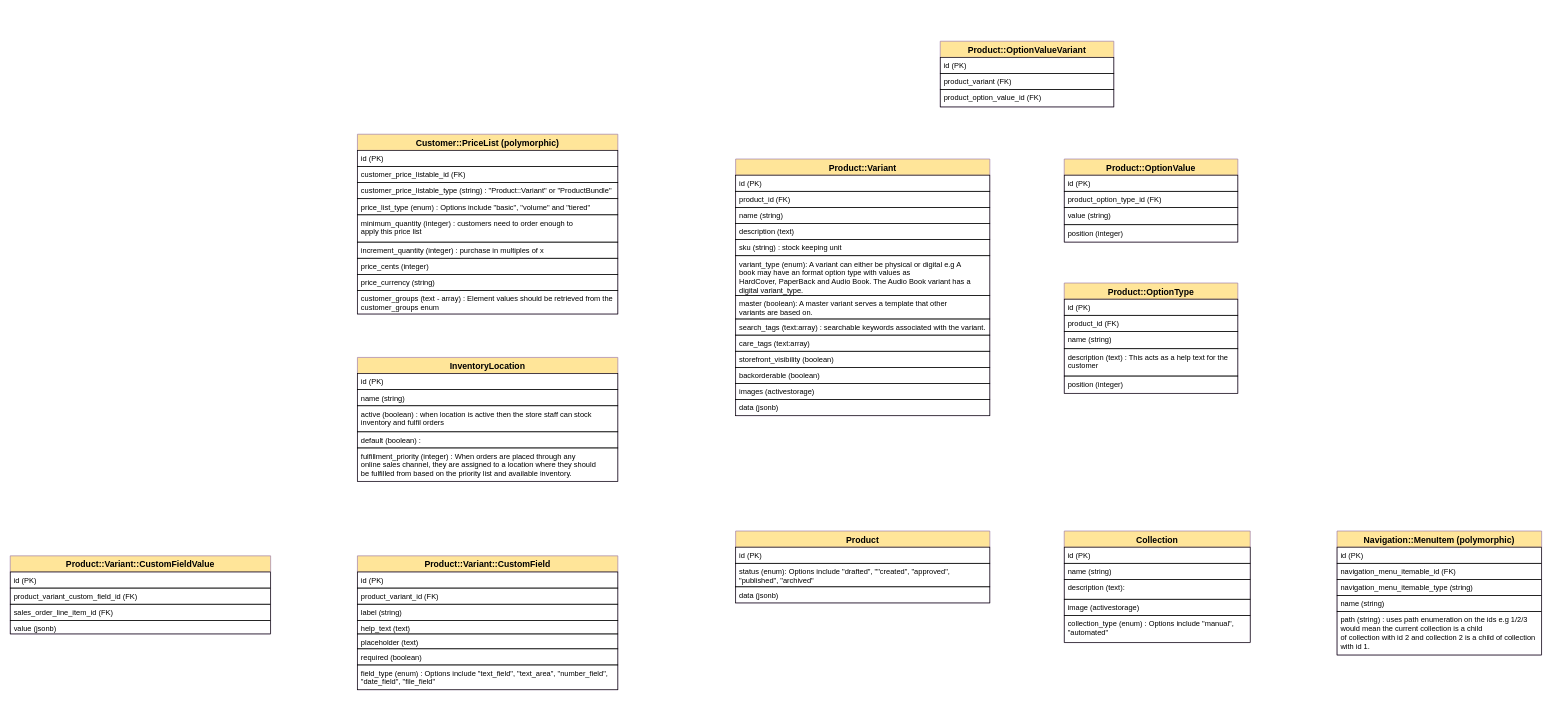
Before: soko-erd.drawio in philip-maina/soko, a draw.io diagram. Source tidied: cells renumbered, new cells numbered last; positions are measured from the earlier drawing's top-left corner, leaving out a move shared by most shapes. Both pictures are drawn from the tidied source at 62%, with x=0, y=0 at pixel (10, 41).
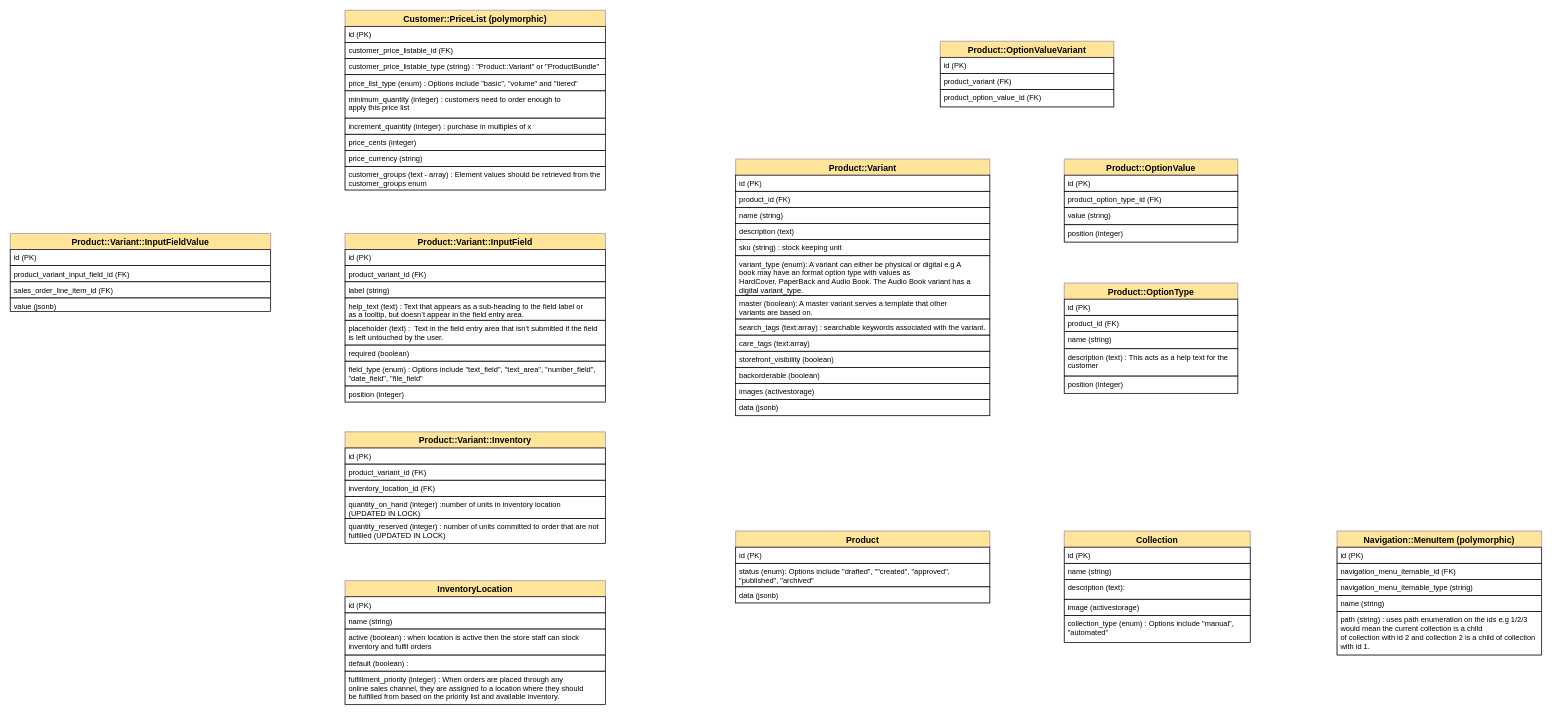
The same page after the edit.

Change to the diagram source:
```diff
@@
     <mxCell id="26" value="InventoryLocation" style="swimlane;fontStyle=1;horizontal=1;startSize=26;align=center;fontSize=14;strokeColor=#9673a6;fillColor=#FFE599;" parent="1" vertex="1">
-      <mxGeometry x="560" y="510" width="420" height="200" as="geometry" />
+      <mxGeometry x="540" y="870" width="420" height="200" as="geometry" />
     </mxCell>
@@
     <mxCell id="53" value="Customer::PriceList (polymorphic)" style="swimlane;fontStyle=1;horizontal=1;startSize=26;align=center;fontSize=14;strokeColor=#9673a6;fillColor=#FFE599;" parent="1" vertex="1">
-      <mxGeometry x="560" y="150" width="420" height="290" as="geometry" />
+      <mxGeometry x="540" y="-50" width="420" height="290" as="geometry" />
     </mxCell>
@@
-    <mxCell id="63" value="Product::Variant::CustomField" style="swimlane;fontStyle=1;horizontal=1;startSize=26;align=center;fontSize=14;strokeColor=#9673a6;fillColor=#FFE599;" parent="1" vertex="1">
-      <mxGeometry x="560" y="830" width="420" height="216" as="geometry" />
+    <mxCell id="63" value="Product::Variant::InputField" style="swimlane;fontStyle=1;horizontal=1;startSize=26;align=center;fontSize=14;strokeColor=#9673a6;fillColor=#FFE599;" parent="1" vertex="1">
+      <mxGeometry x="540" y="310" width="420" height="272" as="geometry" />
     </mxCell>
@@
-    <mxCell id="67" value="help_text (text)" style="text;strokeColor=#000000;fillColor=none;spacingLeft=4;spacingRight=4;overflow=hidden;fontSize=12;" parent="63" vertex="1">
-      <mxGeometry y="104" width="420" height="22" as="geometry" />
+    <mxCell id="67" value="help_text (text) : Text that appears as a sub-heading to the field label or &#10;as a tooltip, but doesn’t appear in the field entry area. " style="text;strokeColor=#000000;fillColor=none;spacingLeft=4;spacingRight=4;overflow=hidden;fontSize=12;" parent="63" vertex="1">
+      <mxGeometry y="104" width="420" height="36" as="geometry" />
     </mxCell>
-    <mxCell id="68" value="placeholder (text)" style="text;strokeColor=#000000;fillColor=none;spacingLeft=4;spacingRight=4;overflow=hidden;fontSize=12;" parent="63" vertex="1">
-      <mxGeometry y="126" width="420" height="24" as="geometry" />
+    <mxCell id="68" value="placeholder (text) :  Text in the field entry area that isn’t submitted if the field &#10;is left untouched by the user." style="text;strokeColor=#000000;fillColor=none;spacingLeft=4;spacingRight=4;overflow=hidden;fontSize=12;" parent="63" vertex="1">
+      <mxGeometry y="140" width="420" height="40" as="geometry" />
     </mxCell>
     <mxCell id="69" value="required (boolean)" style="text;strokeColor=#000000;fillColor=none;spacingLeft=4;spacingRight=4;overflow=hidden;fontSize=12;" parent="63" vertex="1">
-      <mxGeometry y="150" width="420" height="26" as="geometry" />
+      <mxGeometry y="180" width="420" height="26" as="geometry" />
     </mxCell>
     <mxCell id="70" value="field_type (enum) : Options include &quot;text_field&quot;, &quot;text_area&quot;, &quot;number_field&quot;, &#10;&quot;date_field&quot;, &quot;file_field&quot;" style="text;strokeColor=#000000;fillColor=none;spacingLeft=4;spacingRight=4;overflow=hidden;fontSize=12;" parent="63" vertex="1">
-      <mxGeometry y="176" width="420" height="40" as="geometry" />
+      <mxGeometry y="206" width="420" height="40" as="geometry" />
     </mxCell>
+    <mxCell id="76" value="position (integer)" style="text;strokeColor=#000000;fillColor=none;spacingLeft=4;spacingRight=4;overflow=hidden;fontSize=12;" parent="63" vertex="1">
+      <mxGeometry y="246" width="420" height="26" as="geometry" />
+    </mxCell>
-    <mxCell id="71" value="Product::Variant::CustomFieldValue" style="swimlane;fontStyle=1;horizontal=1;startSize=26;align=center;fontSize=14;strokeColor=#9673a6;fillColor=#FFE599;" parent="1" vertex="1">
-      <mxGeometry y="830" width="420" height="126" as="geometry" />
+    <mxCell id="71" value="Product::Variant::InputFieldValue" style="swimlane;fontStyle=1;horizontal=1;startSize=26;align=center;fontSize=14;strokeColor=#9673a6;fillColor=#FFE599;" parent="1" vertex="1">
+      <mxGeometry y="310" width="420" height="126" as="geometry" />
     </mxCell>
@@
-    <mxCell id="73" value="product_variant_custom_field_id (FK)" style="text;strokeColor=#000000;fillColor=none;spacingLeft=4;spacingRight=4;overflow=hidden;fontSize=12;" parent="71" vertex="1">
+    <mxCell id="73" value="product_variant_input_field_id (FK)" style="text;strokeColor=#000000;fillColor=none;spacingLeft=4;spacingRight=4;overflow=hidden;fontSize=12;" parent="71" vertex="1">
       <mxGeometry y="52" width="420" height="26" as="geometry" />
     </mxCell>
@@
+    <mxCell id="77" value="Product::Variant::Inventory" style="swimlane;fontStyle=1;horizontal=1;startSize=26;align=center;fontSize=14;strokeColor=#9673a6;fillColor=#FFE599;" parent="1" vertex="1">
+      <mxGeometry x="540" y="630" width="420" height="180" as="geometry" />
+    </mxCell>
+    <mxCell id="78" value="id (PK)" style="text;strokeColor=#000000;fillColor=none;spacingLeft=4;spacingRight=4;overflow=hidden;fontSize=12;" parent="77" vertex="1">
+      <mxGeometry y="26" width="420" height="26" as="geometry" />
+    </mxCell>
+    <mxCell id="79" value="product_variant_id (FK)" style="text;strokeColor=#000000;fillColor=none;spacingLeft=4;spacingRight=4;overflow=hidden;fontSize=12;" parent="77" vertex="1">
+      <mxGeometry y="52" width="420" height="26" as="geometry" />
+    </mxCell>
+    <mxCell id="80" value="inventory_location_id (FK)" style="text;strokeColor=#000000;fillColor=none;spacingLeft=4;spacingRight=4;overflow=hidden;fontSize=12;" parent="77" vertex="1">
+      <mxGeometry y="78" width="420" height="26" as="geometry" />
+    </mxCell>
+    <mxCell id="81" value="quantity_on_hand (integer) :number of units in inventory location &#10;(UPDATED IN LOCK)" style="text;strokeColor=#000000;fillColor=none;spacingLeft=4;spacingRight=4;overflow=hidden;fontSize=12;" parent="77" vertex="1">
+      <mxGeometry y="104" width="420" height="36" as="geometry" />
+    </mxCell>
+    <mxCell id="82" value="quantity_reserved (integer) : number of units committed to order that are not &#10;fulfilled (UPDATED IN LOCK)" style="text;strokeColor=#000000;fillColor=none;spacingLeft=4;spacingRight=4;overflow=hidden;fontSize=12;" parent="77" vertex="1">
+      <mxGeometry y="140" width="420" height="40" as="geometry" />
+    </mxCell>
```
